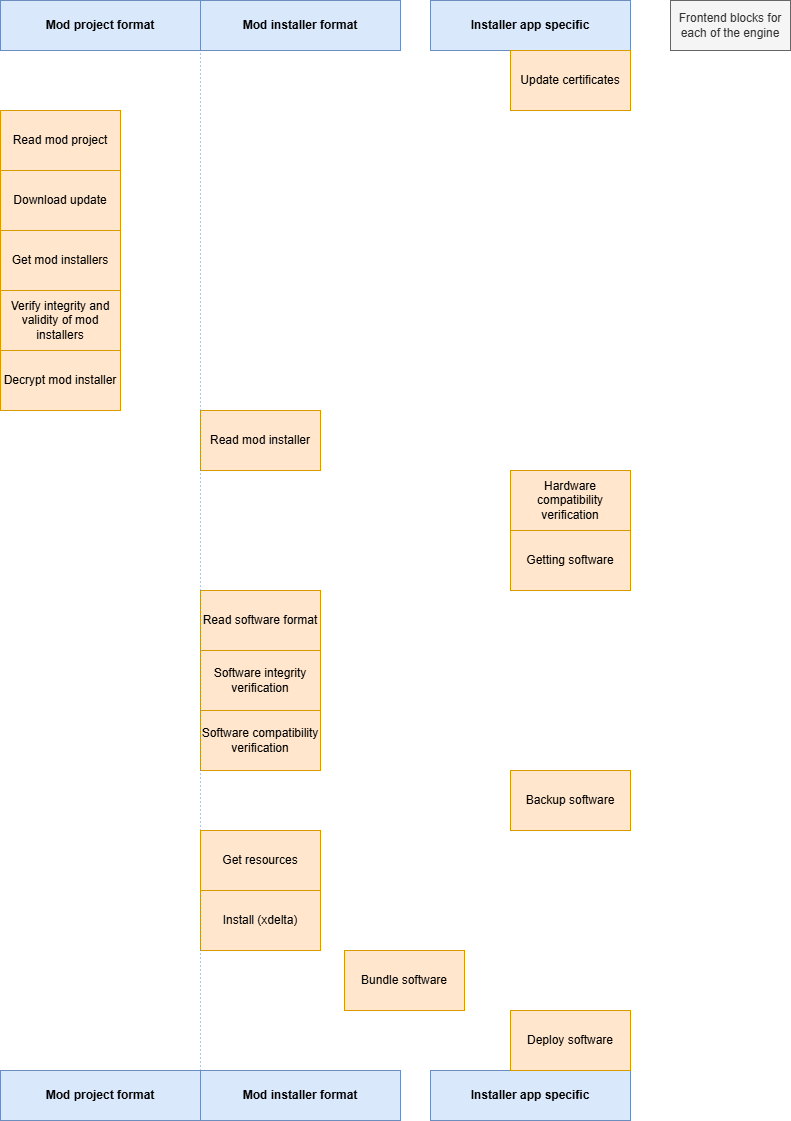
Above: docs/articles/installer/resources/design_installer_flow-blocks.drawio.png in pleonex/game-patcher (draw.io), before the change. Source tidied: cells renumbered, new cells last; positions are measured from the earlier drawing's top-left corner, leaving out a move shared by most shapes.
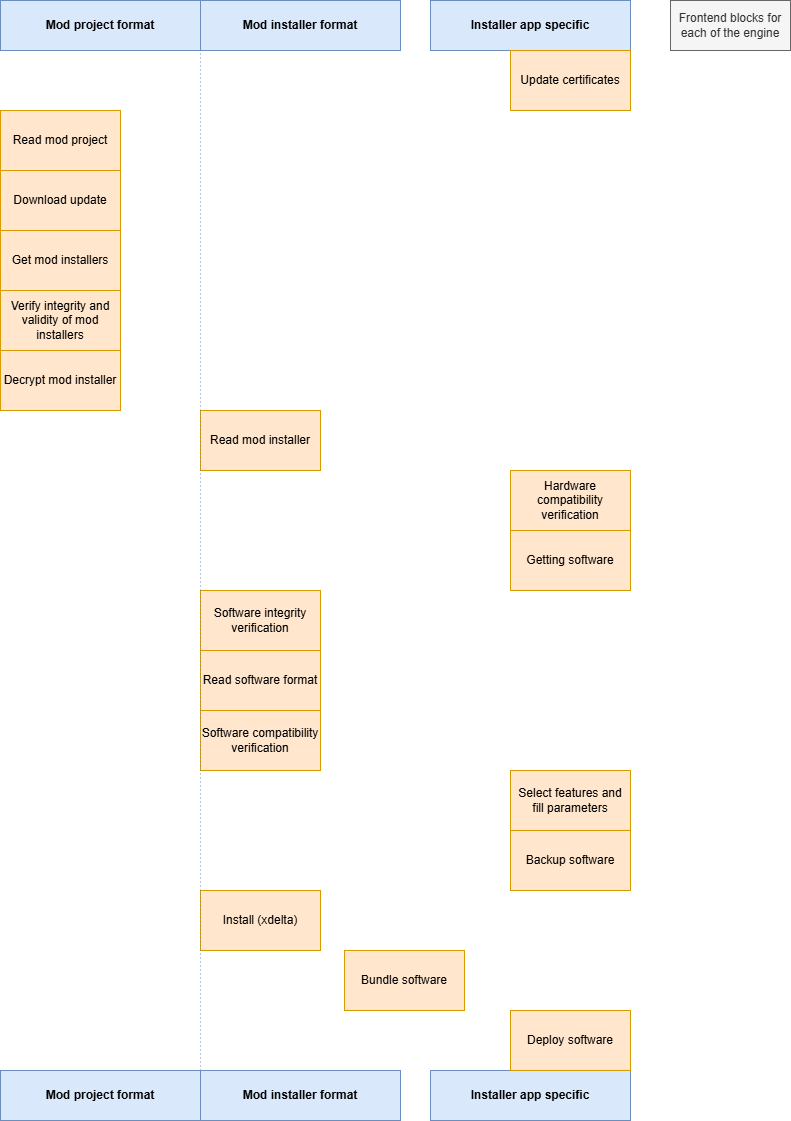
The same diagram one commit later.

Commit message:
📚 Add feature selection in installer

The edit, as a diff of the source:
```diff
@@ -6,7 +6,7 @@
       <mxGeometry x="200" y="1070" width="200" height="50" as="geometry" />
     </mxCell>
     <mxCell id="3" value="Read software format" style="rounded=0;whiteSpace=wrap;html=1;fillColor=#ffe6cc;strokeColor=#d79b00;" parent="1" vertex="1">
-      <mxGeometry x="200" y="590" width="120" height="60" as="geometry" />
+      <mxGeometry x="200" y="650" width="120" height="60" as="geometry" />
     </mxCell>
     <mxCell id="4" value="Software compatibility verification" style="rounded=0;whiteSpace=wrap;html=1;fillColor=#ffe6cc;strokeColor=#d79b00;" parent="1" vertex="1">
       <mxGeometry x="200" y="710" width="120" height="60" as="geometry" />
@@ -30,7 +30,7 @@
       <mxGeometry x="510" y="530" width="120" height="60" as="geometry" />
     </mxCell>
     <mxCell id="11" value="Software integrity verification" style="rounded=0;whiteSpace=wrap;html=1;fillColor=#ffe6cc;strokeColor=#d79b00;" parent="1" vertex="1">
-      <mxGeometry x="200" y="650" width="120" height="60" as="geometry" />
+      <mxGeometry x="200" y="590" width="120" height="60" as="geometry" />
     </mxCell>
     <mxCell id="12" value="Frontend blocks for each of the engine" style="rounded=0;whiteSpace=wrap;html=1;fillColor=#f5f5f5;fontColor=#333333;strokeColor=#666666;" parent="1" vertex="1">
       <mxGeometry x="670" width="120" height="50" as="geometry" />
@@ -39,7 +39,7 @@
       <mxGeometry x="200" y="410" width="120" height="60" as="geometry" />
     </mxCell>
     <mxCell id="14" value="Backup software" style="rounded=0;whiteSpace=wrap;html=1;fillColor=#ffe6cc;strokeColor=#d79b00;" parent="1" vertex="1">
-      <mxGeometry x="510" y="770" width="120" height="60" as="geometry" />
+      <mxGeometry x="510" y="830" width="120" height="60" as="geometry" />
     </mxCell>
     <mxCell id="15" value="Mod project format" style="rounded=0;whiteSpace=wrap;html=1;fontStyle=1;fillColor=#dae8fc;strokeColor=#6c8ebf;" parent="1" vertex="1">
       <mxGeometry y="1070" width="200" height="50" as="geometry" />
@@ -74,8 +74,8 @@
     <mxCell id="25" value="Update certificates" style="rounded=0;whiteSpace=wrap;html=1;fillColor=#ffe6cc;strokeColor=#d79b00;" parent="1" vertex="1">
       <mxGeometry x="510" y="50" width="120" height="60" as="geometry" />
     </mxCell>
-    <mxCell id="26" value="Get resources" style="rounded=0;whiteSpace=wrap;html=1;fillColor=#ffe6cc;strokeColor=#d79b00;" parent="1" vertex="1">
-      <mxGeometry x="200" y="830" width="120" height="60" as="geometry" />
+    <mxCell id="26" value="Select features and fill parameters" style="rounded=0;whiteSpace=wrap;html=1;fillColor=#ffe6cc;strokeColor=#d79b00;" parent="1" vertex="1">
+      <mxGeometry x="510" y="770" width="120" height="60" as="geometry" />
     </mxCell>
   </root>
 </mxGraphModel>
```
